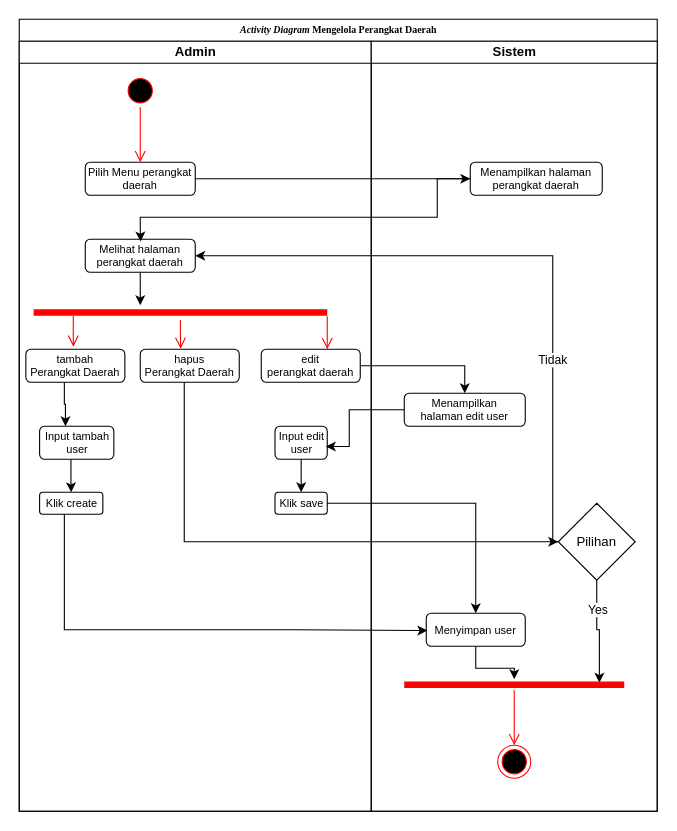
Above: KELOLA PERANGKAT DAERAH.drawio in dhmsAdhty/useCase (draw.io), before the change. Source tidied: cells renumbered, new cells numbered last; positions are measured from the earlier drawing's top-left corner, leaving out a move shared by most shapes. Both pictures are drawn from the tidied source at 110%, with x=0, y=0 at pixel (19, 19).
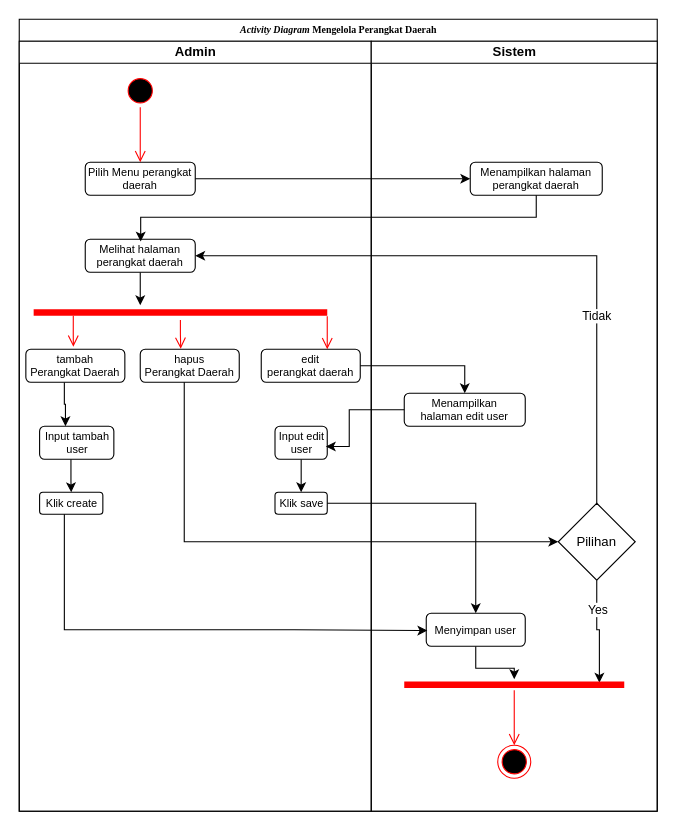
The same page after the edit.

Unchanged cells that the change refers to:
```xml
<mxCell id="2" value="&lt;font style=&quot;font-size: 9px;&quot;&gt;&lt;b style=&quot;mso-bidi-font-weight:normal&quot;&gt;&lt;i style=&quot;mso-bidi-font-style:normal&quot;&gt;&lt;span style=&quot;font-family: &amp;quot;Times New Roman&amp;quot;, serif;&quot;&gt;Activity Diagram &lt;/span&gt;&lt;/i&gt;&lt;span style=&quot;line-height: 150%; font-family: &amp;quot;Times New Roman&amp;quot;, serif;&quot;&gt;Mengelola Perangkat Daerah&lt;br&gt;&lt;/span&gt;&lt;/b&gt;&lt;/font&gt;" style="swimlane;html=1;startSize=20;rounded=0;shadow=0;labelBackgroundColor=none;strokeWidth=1;fontFamily=Verdana;fontSize=8;align=center;" parent="1" vertex="1">
  <mxGeometry width="580" height="720" as="geometry" />
</mxCell>
<mxCell id="6" value="&lt;div style=&quot;font-size: 10px;&quot;&gt;&lt;font style=&quot;font-size: 10px;&quot;&gt;Melihat halaman&lt;/font&gt;&lt;/div&gt;&lt;div style=&quot;font-size: 10px;&quot;&gt;perangkat daerah&lt;br&gt;&lt;/div&gt;" style="rounded=1;whiteSpace=wrap;html=1;fontSize=10;" parent="3" vertex="1">
  <mxGeometry x="60" y="180" width="100" height="30" as="geometry" />
</mxCell>
<mxCell id="24" value="&lt;font style=&quot;font-size: 10px;&quot;&gt;Menampilkan halaman perangkat daerah&lt;br&gt;&lt;/font&gt;" style="rounded=1;whiteSpace=wrap;html=1;fontSize=10;" parent="23" vertex="1">
  <mxGeometry x="90" y="110" width="120" height="30" as="geometry" />
</mxCell>
<mxCell id="30" value="Pilihan" style="rhombus;whiteSpace=wrap;html=1;" parent="23" vertex="1">
  <mxGeometry x="170" y="420" width="70" height="70" as="geometry" />
</mxCell>
```

What changed in the source:
```diff
@@
-    <mxCell id="35" style="edgeStyle=orthogonalEdgeStyle;rounded=0;jettySize=auto;html=1;entryX=0.504;entryY=0.071;entryDx=0;entryDy=0;entryPerimeter=0;" parent="2" edge="1" source="24" target="6">
+    <mxCell id="35" style="edgeStyle=orthogonalEdgeStyle;rounded=0;jettySize=auto;html=1;entryX=0.504;entryY=0.071;entryDx=0;entryDy=0;entryPerimeter=0;exitX=0.5;exitY=1;exitDx=0;exitDy=0;" parent="2" edge="1" source="24" target="6">
       <mxGeometry relative="1" as="geometry">
         <Array as="points">
-          <mxPoint x="380" y="180" />
+          <mxPoint x="470" y="180" />
           <mxPoint x="110" y="180" />
-          <mxPoint x="110" y="190" />
-          <mxPoint x="110" y="190" />
         </Array>
       </mxGeometry>
     </mxCell>
@@
     <mxCell id="40" style="edgeStyle=orthogonalEdgeStyle;rounded=0;jettySize=auto;html=1;entryX=1;entryY=0.5;entryDx=0;entryDy=0;" parent="2" edge="1" source="30" target="6">
       <mxGeometry relative="1" as="geometry">
         <Array as="points">
-          <mxPoint x="485" y="215" />
+          <mxPoint x="525" y="215" />
         </Array>
       </mxGeometry>
     </mxCell>
```
